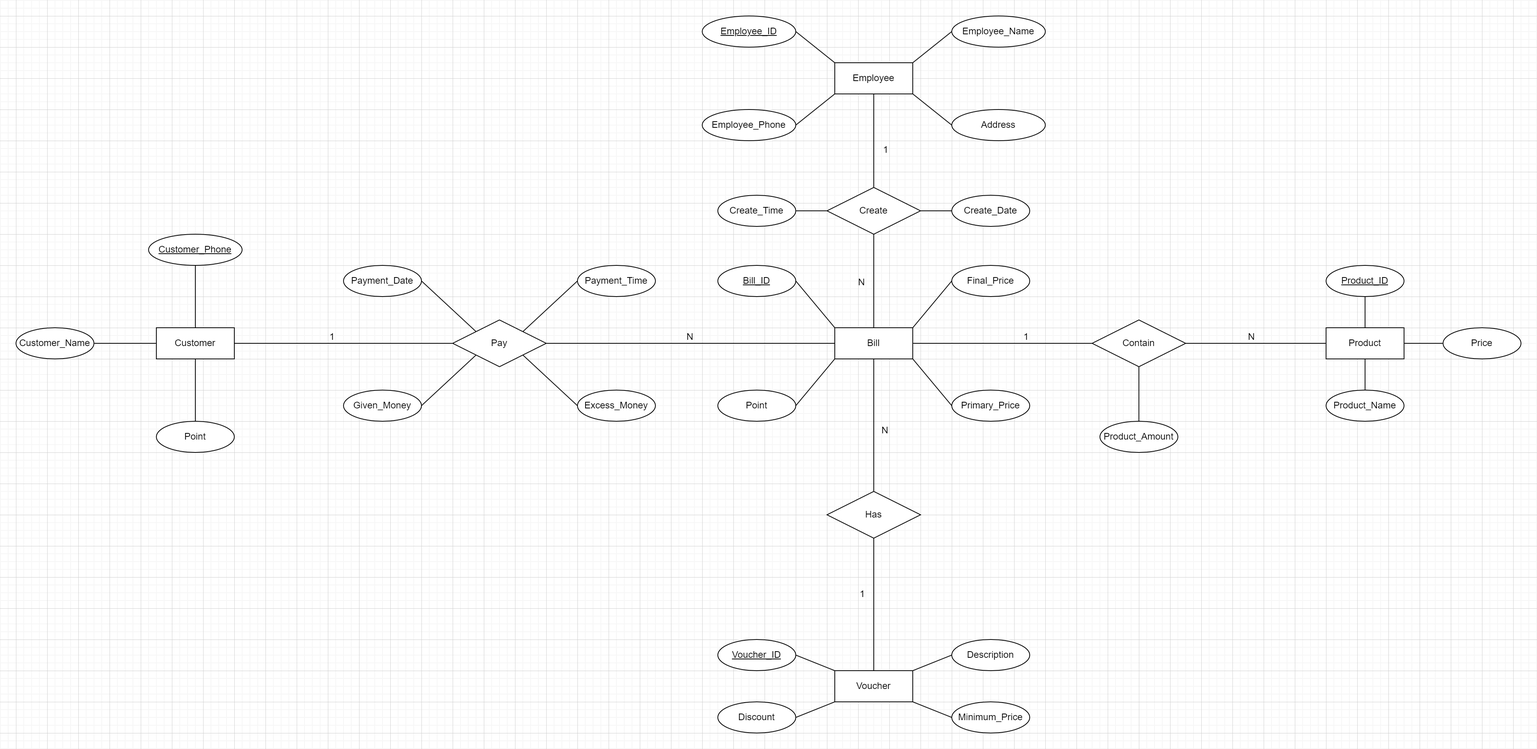
Before: Assignment/ERD.png, a diagram exported from draw.io (bakaqc/DBI202-Labs_and_Assignment). Source tidied: cells renumbered, new cells last; positions are measured from the earlier drawing's top-left corner, leaving out a move shared by most shapes.
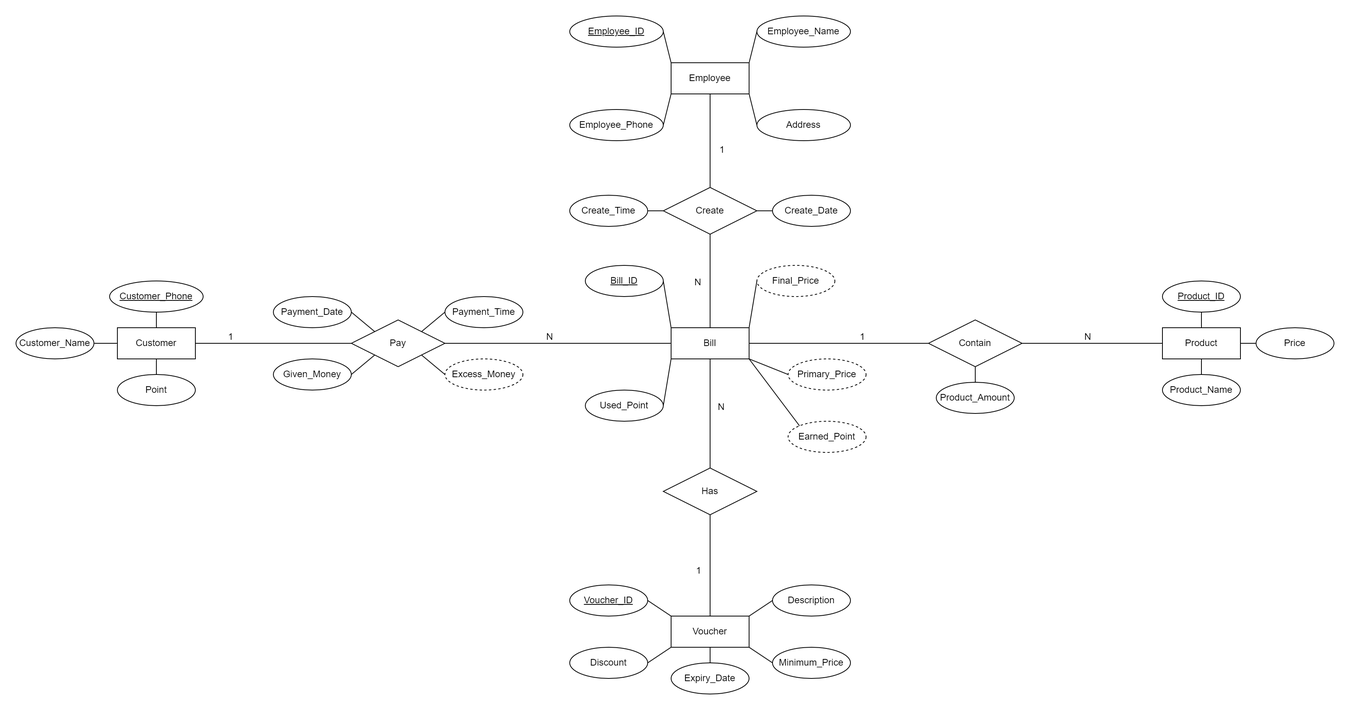
The same diagram one commit later.

Change to the diagram source:
```diff
@@ -3,16 +3,16 @@
     <mxCell id="0" />
     <mxCell id="1" parent="0" />
     <mxCell id="2" value="Customer" style="whiteSpace=wrap;html=1;align=center;" parent="1" vertex="1">
-      <mxGeometry x="180" y="400" width="100" height="40" as="geometry" />
+      <mxGeometry x="340" y="400" width="100" height="40" as="geometry" />
     </mxCell>
     <mxCell id="3" value="Customer_Name" style="ellipse;whiteSpace=wrap;html=1;align=center;" parent="1" vertex="1">
-      <mxGeometry y="400" width="100" height="40" as="geometry" />
+      <mxGeometry x="210" y="400" width="100" height="40" as="geometry" />
     </mxCell>
     <mxCell id="4" value="Point" style="ellipse;whiteSpace=wrap;html=1;align=center;" parent="1" vertex="1">
-      <mxGeometry x="180" y="520" width="100" height="40" as="geometry" />
+      <mxGeometry x="340" y="460" width="100" height="40" as="geometry" />
     </mxCell>
     <mxCell id="5" value="Customer_Phone" style="ellipse;whiteSpace=wrap;html=1;align=center;fontStyle=4;" parent="1" vertex="1">
-      <mxGeometry x="170" y="280" width="120" height="40" as="geometry" />
+      <mxGeometry x="330" y="340" width="120" height="40" as="geometry" />
     </mxCell>
     <mxCell id="6" style="endArrow=none;html=1;rounded=0;" parent="1" edge="1" source="3" target="2">
       <mxGeometry relative="1" as="geometry" />
@@ -27,22 +27,22 @@
       <mxGeometry x="1050" y="400" width="100" height="40" as="geometry" />
     </mxCell>
     <mxCell id="10" value="Create_Date" style="ellipse;whiteSpace=wrap;html=1;align=center;" parent="1" vertex="1">
-      <mxGeometry x="1200" y="230" width="100" height="40" as="geometry" />
+      <mxGeometry x="1180" y="230" width="100" height="40" as="geometry" />
     </mxCell>
     <mxCell id="11" value="Create_Time" style="ellipse;whiteSpace=wrap;html=1;align=center;" parent="1" vertex="1">
-      <mxGeometry x="900" y="230" width="100" height="40" as="geometry" />
+      <mxGeometry x="920" y="230" width="100" height="40" as="geometry" />
     </mxCell>
     <mxCell id="12" value="Bill_ID" style="ellipse;whiteSpace=wrap;html=1;align=center;fontStyle=4;" parent="1" vertex="1">
-      <mxGeometry x="900" y="320" width="100" height="40" as="geometry" />
+      <mxGeometry x="940" y="320" width="100" height="40" as="geometry" />
     </mxCell>
-    <mxCell id="13" value="Point" style="ellipse;whiteSpace=wrap;html=1;align=center;" parent="1" vertex="1">
-      <mxGeometry x="900" y="480" width="100" height="40" as="geometry" />
+    <mxCell id="13" value="Used_Point" style="ellipse;whiteSpace=wrap;html=1;align=center;" parent="1" vertex="1">
+      <mxGeometry x="940" y="480" width="100" height="40" as="geometry" />
     </mxCell>
-    <mxCell id="14" value="Primary_Price" style="ellipse;whiteSpace=wrap;html=1;align=center;" parent="1" vertex="1">
-      <mxGeometry x="1200" y="480" width="100" height="40" as="geometry" />
+    <mxCell id="14" value="Primary_Price" style="ellipse;whiteSpace=wrap;html=1;align=center;dashed=1;" parent="1" vertex="1">
+      <mxGeometry x="1200" y="440" width="100" height="40" as="geometry" />
     </mxCell>
-    <mxCell id="15" value="Final_Price" style="ellipse;whiteSpace=wrap;html=1;align=center;" parent="1" vertex="1">
-      <mxGeometry x="1200" y="320" width="100" height="40" as="geometry" />
+    <mxCell id="15" value="Final_Price" style="ellipse;whiteSpace=wrap;html=1;align=center;dashed=1;strokeColor=default;gradientColor=none;fillColor=default;" parent="1" vertex="1">
+      <mxGeometry x="1160" y="320" width="100" height="40" as="geometry" />
     </mxCell>
     <mxCell id="16" style="endArrow=none;html=1;rounded=0;entryX=1;entryY=0.5;entryDx=0;entryDy=0;exitX=0;exitY=1;exitDx=0;exitDy=0;" parent="1" edge="1" source="9" target="13">
       <mxGeometry relative="1" as="geometry" />
@@ -60,16 +60,16 @@
       <mxGeometry x="1050" y="60" width="100" height="40" as="geometry" />
     </mxCell>
     <mxCell id="21" value="Employee_Name" style="ellipse;whiteSpace=wrap;html=1;align=center;" parent="1" vertex="1">
-      <mxGeometry x="1200" width="120" height="40" as="geometry" />
+      <mxGeometry x="1160" width="120" height="40" as="geometry" />
     </mxCell>
     <mxCell id="22" value="Employee_Phone" style="ellipse;whiteSpace=wrap;html=1;align=center;" parent="1" vertex="1">
-      <mxGeometry x="880" y="120" width="120" height="40" as="geometry" />
+      <mxGeometry x="920" y="120" width="120" height="40" as="geometry" />
     </mxCell>
     <mxCell id="23" value="Address" style="ellipse;whiteSpace=wrap;html=1;align=center;" parent="1" vertex="1">
-      <mxGeometry x="1200" y="120" width="120" height="40" as="geometry" />
+      <mxGeometry x="1160" y="120" width="120" height="40" as="geometry" />
     </mxCell>
     <mxCell id="24" value="Employee_ID" style="ellipse;whiteSpace=wrap;html=1;align=center;fontStyle=4;" parent="1" vertex="1">
-      <mxGeometry x="880" width="120" height="40" as="geometry" />
+      <mxGeometry x="920" width="120" height="40" as="geometry" />
     </mxCell>
     <mxCell id="25" style="endArrow=none;html=1;rounded=0;exitX=1;exitY=0;exitDx=0;exitDy=0;entryX=0;entryY=0.5;entryDx=0;entryDy=0;" parent="1" edge="1" source="20" target="21">
       <mxGeometry relative="1" as="geometry" />
@@ -84,19 +84,19 @@
       <mxGeometry relative="1" as="geometry" />
     </mxCell>
     <mxCell id="29" value="Voucher" style="whiteSpace=wrap;html=1;align=center;" parent="1" vertex="1">
-      <mxGeometry x="1050" y="840" width="100" height="40" as="geometry" />
+      <mxGeometry x="1050" y="770" width="100" height="40" as="geometry" />
     </mxCell>
     <mxCell id="30" value="Voucher_ID" style="ellipse;whiteSpace=wrap;html=1;align=center;fontStyle=4;" parent="1" vertex="1">
-      <mxGeometry x="900" y="800" width="100" height="40" as="geometry" />
+      <mxGeometry x="920" y="730" width="100" height="40" as="geometry" />
     </mxCell>
     <mxCell id="31" value="Description" style="ellipse;whiteSpace=wrap;html=1;align=center;" parent="1" vertex="1">
-      <mxGeometry x="1200" y="800" width="100" height="40" as="geometry" />
+      <mxGeometry x="1180" y="730" width="100" height="40" as="geometry" />
     </mxCell>
     <mxCell id="32" value="Minimum_Price" style="ellipse;whiteSpace=wrap;html=1;align=center;" parent="1" vertex="1">
-      <mxGeometry x="1200" y="880" width="100" height="40" as="geometry" />
+      <mxGeometry x="1180" y="810" width="100" height="40" as="geometry" />
     </mxCell>
     <mxCell id="33" value="Discount" style="ellipse;whiteSpace=wrap;html=1;align=center;" parent="1" vertex="1">
-      <mxGeometry x="900" y="880" width="100" height="40" as="geometry" />
+      <mxGeometry x="920" y="810" width="100" height="40" as="geometry" />
     </mxCell>
     <mxCell id="34" style="endArrow=none;html=1;rounded=0;exitX=1;exitY=0.5;exitDx=0;exitDy=0;entryX=0;entryY=0;entryDx=0;entryDy=0;" parent="1" edge="1" source="30" target="29">
       <mxGeometry relative="1" as="geometry" />
@@ -114,13 +114,13 @@
       <mxGeometry x="1680" y="400" width="100" height="40" as="geometry" />
     </mxCell>
     <mxCell id="39" value="Product_ID" style="ellipse;whiteSpace=wrap;html=1;align=center;fontStyle=4;" parent="1" vertex="1">
-      <mxGeometry x="1680" y="320" width="100" height="40" as="geometry" />
+      <mxGeometry x="1680" y="340" width="100" height="40" as="geometry" />
     </mxCell>
     <mxCell id="40" value="Price" style="ellipse;whiteSpace=wrap;html=1;align=center;" parent="1" vertex="1">
-      <mxGeometry x="1830" y="400" width="100" height="40" as="geometry" />
+      <mxGeometry x="1800" y="400" width="100" height="40" as="geometry" />
     </mxCell>
     <mxCell id="41" value="Product_Name" style="ellipse;whiteSpace=wrap;html=1;align=center;" parent="1" vertex="1">
-      <mxGeometry x="1680" y="480" width="100" height="40" as="geometry" />
+      <mxGeometry x="1680" y="460" width="100" height="40" as="geometry" />
     </mxCell>
     <mxCell id="42" style="endArrow=none;html=1;rounded=0;exitX=1;exitY=0.5;exitDx=0;exitDy=0;entryX=0;entryY=0.5;entryDx=0;entryDy=0;" parent="1" edge="1" source="38" target="40">
       <mxGeometry relative="1" as="geometry" />
@@ -138,22 +138,22 @@
       <mxGeometry x="1040" y="220" width="120" height="60" as="geometry" />
     </mxCell>
     <mxCell id="47" value="Has" style="shape=rhombus;perimeter=rhombusPerimeter;whiteSpace=wrap;html=1;align=center;" parent="1" vertex="1">
-      <mxGeometry x="1040" y="610" width="120" height="60" as="geometry" />
+      <mxGeometry x="1040" y="580" width="120" height="60" as="geometry" />
     </mxCell>
     <mxCell id="48" value="Pay" style="shape=rhombus;perimeter=rhombusPerimeter;whiteSpace=wrap;html=1;align=center;" parent="1" vertex="1">
-      <mxGeometry x="560" y="390" width="120" height="60" as="geometry" />
+      <mxGeometry x="640" y="390" width="120" height="60" as="geometry" />
     </mxCell>
     <mxCell id="49" value="Payment_Date" style="ellipse;whiteSpace=wrap;html=1;align=center;" parent="1" vertex="1">
-      <mxGeometry x="420" y="320" width="100" height="40" as="geometry" />
+      <mxGeometry x="540" y="360" width="100" height="40" as="geometry" />
     </mxCell>
     <mxCell id="50" value="Payment_Time" style="ellipse;whiteSpace=wrap;html=1;align=center;" parent="1" vertex="1">
-      <mxGeometry x="720" y="320" width="100" height="40" as="geometry" />
+      <mxGeometry x="760" y="360" width="100" height="40" as="geometry" />
     </mxCell>
     <mxCell id="51" value="Given_Money" style="ellipse;whiteSpace=wrap;html=1;align=center;" parent="1" vertex="1">
-      <mxGeometry x="420" y="480" width="100" height="40" as="geometry" />
+      <mxGeometry x="540" y="440" width="100" height="40" as="geometry" />
     </mxCell>
-    <mxCell id="52" value="Excess_Money" style="ellipse;whiteSpace=wrap;html=1;align=center;" parent="1" vertex="1">
-      <mxGeometry x="720" y="480" width="100" height="40" as="geometry" />
+    <mxCell id="52" value="Excess_Money" style="ellipse;whiteSpace=wrap;html=1;align=center;dashed=1;" parent="1" vertex="1">
+      <mxGeometry x="760" y="440" width="100" height="40" as="geometry" />
     </mxCell>
     <mxCell id="53" style="endArrow=none;html=1;rounded=0;entryX=1;entryY=0.5;entryDx=0;entryDy=0;exitX=0;exitY=0;exitDx=0;exitDy=0;" parent="1" edge="1" source="48" target="49">
       <mxGeometry relative="1" as="geometry" />
@@ -180,11 +180,11 @@
     </mxCell>
     <mxCell id="60" value="N" style="html=1;whiteSpace=wrap;align=right;verticalAlign=bottom;" parent="59" vertex="1">
       <mxGeometry x="1" relative="1" as="geometry">
-        <mxPoint x="-180" as="offset" />
+        <mxPoint x="-150" as="offset" />
       </mxGeometry>
     </mxCell>
     <mxCell id="61" value="Product_Amount" style="ellipse;whiteSpace=wrap;html=1;align=center;" parent="1" vertex="1">
-      <mxGeometry x="1390" y="520" width="100" height="40" as="geometry" />
+      <mxGeometry x="1390" y="470" width="100" height="40" as="geometry" />
     </mxCell>
     <mxCell id="62" style="endArrow=none;html=1;rounded=0;exitX=0.5;exitY=1;exitDx=0;exitDy=0;entryX=0.5;entryY=0;entryDx=0;entryDy=0;" parent="1" edge="1" source="45" target="61">
       <mxGeometry relative="1" as="geometry" />
@@ -218,7 +218,7 @@
     </mxCell>
     <mxCell id="70" value="1" style="html=1;whiteSpace=wrap;align=right;verticalAlign=bottom;" parent="69" vertex="1">
       <mxGeometry x="1" relative="1" as="geometry">
-        <mxPoint x="-10" y="-90" as="offset" />
+        <mxPoint x="-10" y="-50" as="offset" />
       </mxGeometry>
     </mxCell>
     <mxCell id="71" style="endArrow=none;html=1;rounded=0;exitX=0.5;exitY=1;exitDx=0;exitDy=0;entryX=0.5;entryY=0;entryDx=0;entryDy=0;" parent="1" edge="1" source="20" target="46">
@@ -243,5 +243,17 @@
     <mxCell id="76" style="endArrow=none;html=1;rounded=0;entryX=0;entryY=0.5;entryDx=0;entryDy=0;exitX=1;exitY=0.5;exitDx=0;exitDy=0;" parent="1" edge="1" source="46" target="10">
       <mxGeometry relative="1" as="geometry" />
     </mxCell>
+    <mxCell id="77" value="Expiry_Date" style="ellipse;whiteSpace=wrap;html=1;align=center;" parent="1" vertex="1">
+      <mxGeometry x="1050" y="830" width="100" height="40" as="geometry" />
+    </mxCell>
+    <mxCell id="78" style="endArrow=none;html=1;rounded=0;exitX=0.5;exitY=1;exitDx=0;exitDy=0;entryX=0.5;entryY=0;entryDx=0;entryDy=0;" parent="1" edge="1" source="29" target="77">
+      <mxGeometry relative="1" as="geometry" />
+    </mxCell>
+    <mxCell id="79" value="Earned_Point" style="ellipse;whiteSpace=wrap;html=1;align=center;dashed=1;" parent="1" vertex="1">
+      <mxGeometry x="1200" y="520" width="100" height="40" as="geometry" />
+    </mxCell>
+    <mxCell id="80" style="endArrow=none;html=1;rounded=0;entryX=0;entryY=0;entryDx=0;entryDy=0;exitX=1;exitY=1;exitDx=0;exitDy=0;" parent="1" edge="1" source="9" target="79">
+      <mxGeometry relative="1" as="geometry" />
+    </mxCell>
   </root>
 </mxGraphModel>
```
